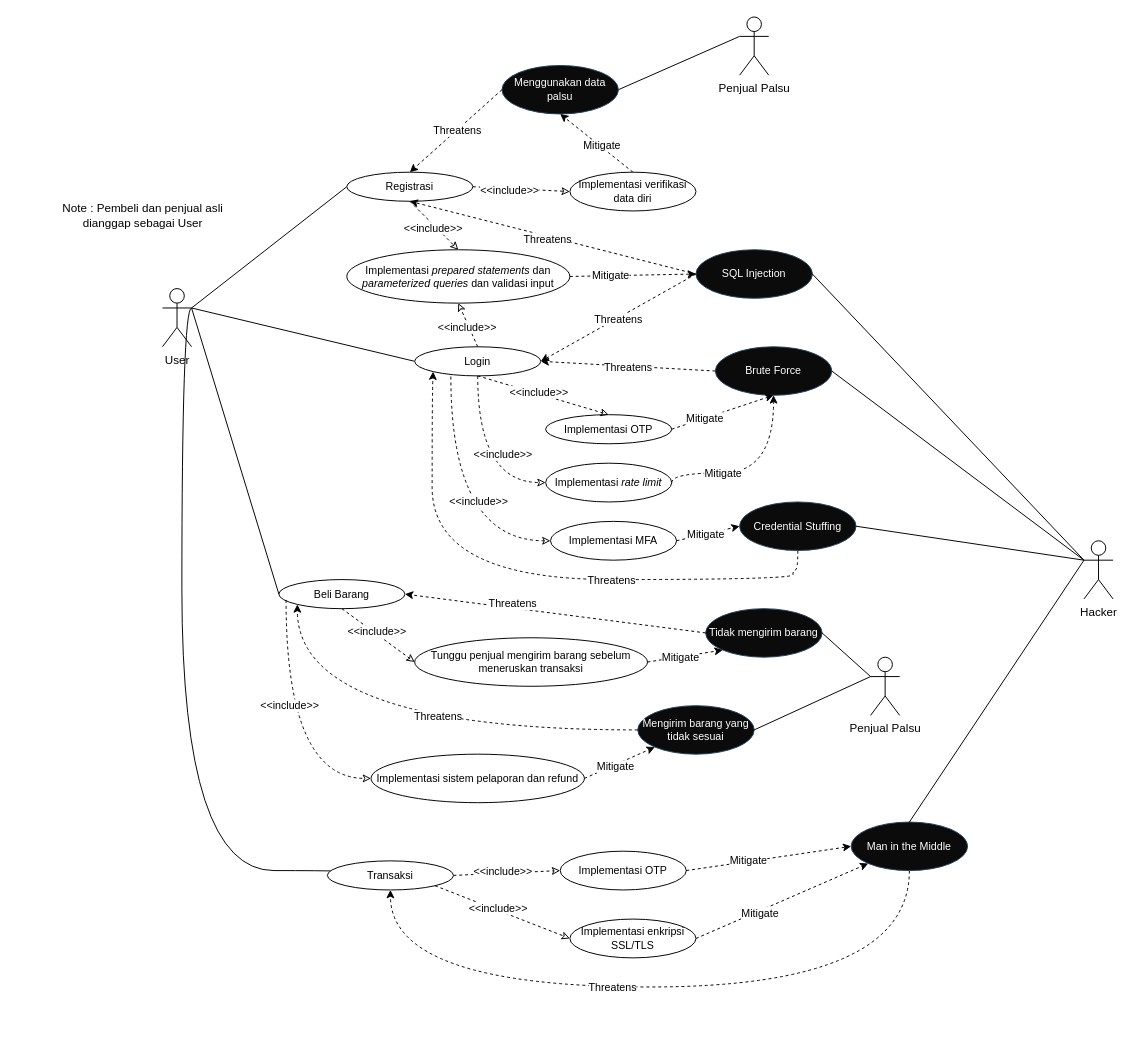
Earlier version of the draw.io diagram Use-Case_PKPL.drawio (MHibriziF/SIPA). Source tidied: cells renumbered, new cells numbered last; positions are measured from the earlier drawing's top-left corner, leaving out a move shared by most shapes. Both pictures are drawn from the tidied source at 97%, with x=0, y=0 at pixel (46, 16).
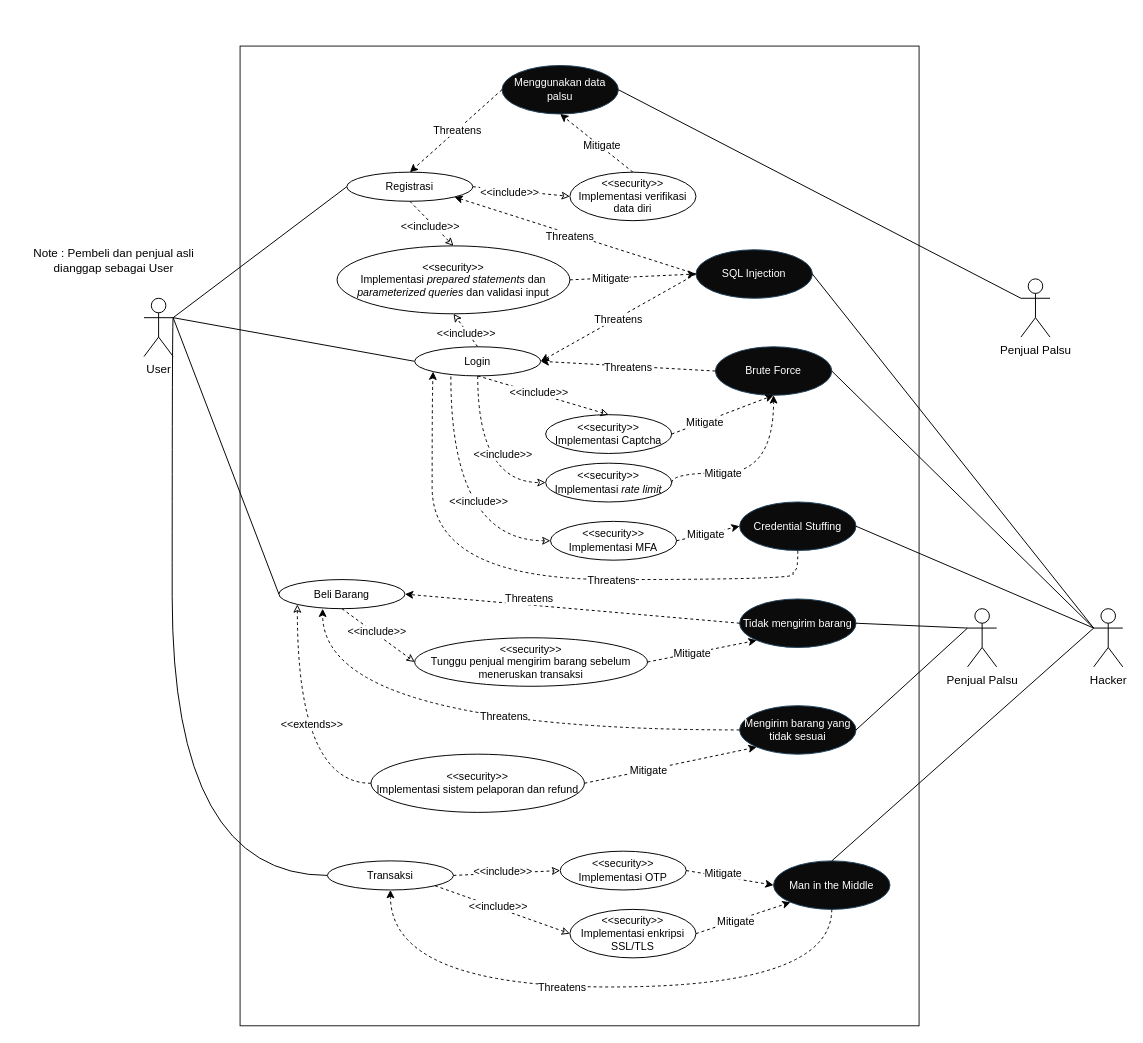
The same page after the edit.

Unchanged cells that the change refers to:
```xml
<mxCell id="14" value="Registrasi" style="ellipse;whiteSpace=wrap;html=1;fontSize=11;" parent="1" vertex="1">
  <mxGeometry x="310" y="160" width="130" height="30" as="geometry" />
</mxCell>
<mxCell id="19" value="Beli Barang" style="ellipse;whiteSpace=wrap;html=1;fontSize=11;" parent="1" vertex="1">
  <mxGeometry x="240" y="580" width="130" height="30" as="geometry" />
</mxCell>
<mxCell id="20" value="Transaksi" style="ellipse;whiteSpace=wrap;html=1;fontSize=11;" parent="1" vertex="1">
  <mxGeometry x="290" y="870" width="130" height="30" as="geometry" />
</mxCell>
<mxCell id="31" value="SQL Injection" style="ellipse;whiteSpace=wrap;html=1;fillColor=light-dark(#0b0b0b, #39454e);strokeColor=#23445d;fontColor=#FFFFFF;fontSize=11;" parent="1" vertex="1">
  <mxGeometry x="670" y="240" width="120" height="50" as="geometry" />
</mxCell>
```

Diff of the diagram source:
```diff
@@
+    <mxCell id="93" style="rounded=0;whiteSpace=wrap;html=1;opacity=90;shadow=0;glass=0;fillStyle=hatch;" parent="1" vertex="1">
+      <mxGeometry x="200" y="30" width="700" height="1010" as="geometry" />
+    </mxCell>
@@
     <mxCell id="5" style="rounded=0;jettySize=auto;html=1;exitX=1;exitY=0.3333333333333333;exitDx=0;exitDy=0;exitPerimeter=0;entryX=0;entryY=0.5;entryDx=0;entryDy=0;endArrow=none;startFill=0;edgeStyle=orthogonalEdgeStyle;curved=1;" parent="1" edge="1" source="6" target="20">
       <mxGeometry relative="1" as="geometry">
         <Array as="points">
-          <mxPoint x="140" y="300" />
-          <mxPoint x="140" y="880" />
-          <mxPoint x="330" y="880" />
-          <mxPoint x="330" y="885" />
+          <mxPoint x="130" y="885" />
         </Array>
       </mxGeometry>
     </mxCell>
     <mxCell id="6" value="User" style="shape=umlActor;html=1;verticalLabelPosition=bottom;verticalAlign=top;align=center;" parent="1" vertex="1">
-      <mxGeometry x="120" y="280" width="30" height="60" as="geometry" />
+      <mxGeometry x="101" y="290" width="30" height="60" as="geometry" />
     </mxCell>
     <mxCell id="7" value="Hacker" style="shape=umlActor;html=1;verticalLabelPosition=bottom;verticalAlign=top;align=center;" parent="1" vertex="1">
-      <mxGeometry x="1070" y="540" width="30" height="60" as="geometry" />
+      <mxGeometry x="1080" y="610" width="30" height="60" as="geometry" />
     </mxCell>
@@
     <mxCell id="9" value="Penjual Palsu" style="shape=umlActor;html=1;verticalLabelPosition=bottom;verticalAlign=top;align=center;" parent="1" vertex="1">
-      <mxGeometry x="715" width="30" height="60" as="geometry" />
+      <mxGeometry x="1005" y="270" width="30" height="60" as="geometry" />
     </mxCell>
@@
     <mxCell id="15" value="Note : Pembeli dan penjual asli dianggap sebagai User " style="text;html=1;align=center;verticalAlign=middle;whiteSpace=wrap;rounded=0;" parent="1" vertex="1">
-      <mxGeometry y="190" width="200" height="30" as="geometry" />
+      <mxGeometry x="-30" y="236" width="200" height="30" as="geometry" />
     </mxCell>
@@
-    <mxCell id="26" value="Implementasi verifikasi data diri" style="ellipse;whiteSpace=wrap;html=1;fontSize=11;" parent="1" vertex="1">
-      <mxGeometry x="540" y="160" width="130" height="40" as="geometry" />
+    <mxCell id="26" value="&lt;div&gt;&amp;lt;&amp;lt;security&amp;gt;&amp;gt;&lt;/div&gt;Implementasi verifikasi data diri" style="ellipse;whiteSpace=wrap;html=1;fontSize=11;" parent="1" vertex="1">
+      <mxGeometry x="540" y="160" width="130" height="50" as="geometry" />
     </mxCell>
-    <mxCell id="27" style="edgeStyle=none;rounded=0;jettySize=auto;html=1;exitX=0;exitY=0.5;exitDx=0;exitDy=0;entryX=0.5;entryY=1;entryDx=0;entryDy=0;dashed=1;" parent="1" edge="1" source="31" target="14">
+    <mxCell id="27" style="edgeStyle=none;rounded=0;jettySize=auto;html=1;exitX=0;exitY=0.5;exitDx=0;exitDy=0;entryX=1;entryY=1;entryDx=0;entryDy=0;dashed=1;" parent="1" edge="1" source="31" target="14">
       <mxGeometry relative="1" as="geometry" />
     </mxCell>
@@
-    <mxCell id="34" value="Implementasi &lt;i&gt;prepared statements &lt;/i&gt;dan &lt;i&gt;parameterized queries&lt;/i&gt; dan validasi input" style="ellipse;whiteSpace=wrap;html=1;fontSize=11;" parent="1" vertex="1">
-      <mxGeometry x="310" y="240" width="230" height="55" as="geometry" />
+    <mxCell id="34" value="&lt;div&gt;&amp;lt;&amp;lt;security&amp;gt;&amp;gt;&lt;/div&gt;Implementasi &lt;i&gt;prepared statements &lt;/i&gt;dan &lt;i&gt;parameterized queries&lt;/i&gt; dan validasi input" style="ellipse;whiteSpace=wrap;html=1;fontSize=11;" parent="1" vertex="1">
+      <mxGeometry x="300" y="236" width="240" height="70" as="geometry" />
     </mxCell>
@@
-    <mxCell id="45" value="Implementasi &lt;i&gt;rate limit&lt;/i&gt;" style="ellipse;whiteSpace=wrap;html=1;fontSize=11;" parent="1" vertex="1">
+    <mxCell id="45" value="&lt;div&gt;&amp;lt;&amp;lt;security&amp;gt;&amp;gt;&lt;/div&gt;Implementasi &lt;i&gt;rate limit&lt;/i&gt;" style="ellipse;whiteSpace=wrap;html=1;fontSize=11;" parent="1" vertex="1">
       <mxGeometry x="515" y="460" width="130" height="40" as="geometry" />
     </mxCell>
-    <mxCell id="46" value="Implementasi OTP" style="ellipse;whiteSpace=wrap;html=1;fontSize=11;" parent="1" vertex="1">
-      <mxGeometry x="515" y="410" width="130" height="30" as="geometry" />
+    <mxCell id="46" value="&lt;div&gt;&amp;lt;&amp;lt;security&amp;gt;&amp;gt;&lt;/div&gt;Implementasi Captcha" style="ellipse;whiteSpace=wrap;html=1;fontSize=11;" parent="1" vertex="1">
+      <mxGeometry x="515" y="410" width="130" height="40" as="geometry" />
     </mxCell>
@@
-    <mxCell id="55" value="Implementasi&amp;nbsp;MFA" style="ellipse;whiteSpace=wrap;html=1;fontSize=11;" parent="1" vertex="1">
+    <mxCell id="55" value="&lt;div&gt;&amp;lt;&amp;lt;security&amp;gt;&amp;gt;&lt;/div&gt;Implementasi&amp;nbsp;MFA" style="ellipse;whiteSpace=wrap;html=1;fontSize=11;" parent="1" vertex="1">
       <mxGeometry x="520" y="520" width="130" height="40" as="geometry" />
     </mxCell>
@@
-    <mxCell id="60" value="Tunggu penjual mengirim barang sebelum meneruskan transaksi" style="ellipse;whiteSpace=wrap;html=1;fontSize=11;" parent="1" vertex="1">
+    <mxCell id="60" value="&lt;div&gt;&amp;lt;&amp;lt;security&amp;gt;&amp;gt;&lt;/div&gt;Tunggu penjual mengirim barang sebelum meneruskan transaksi" style="ellipse;whiteSpace=wrap;html=1;fontSize=11;" parent="1" vertex="1">
       <mxGeometry x="380" y="640" width="240" height="50" as="geometry" />
     </mxCell>
@@
     <mxCell id="63" value="Penjual Palsu" style="shape=umlActor;html=1;verticalLabelPosition=bottom;verticalAlign=top;align=center;" parent="1" vertex="1">
-      <mxGeometry x="850" y="660" width="30" height="60" as="geometry" />
+      <mxGeometry x="950" y="610" width="30" height="60" as="geometry" />
     </mxCell>
     <mxCell id="64" value="Tidak mengirim barang" style="ellipse;whiteSpace=wrap;html=1;fillColor=light-dark(#0b0b0b, #39454e);strokeColor=#23445d;fontColor=#FFFFFF;fontSize=11;" parent="1" vertex="1">
-      <mxGeometry x="680" y="610" width="120" height="50" as="geometry" />
+      <mxGeometry x="715" y="600" width="120" height="50" as="geometry" />
     </mxCell>
@@
-    <mxCell id="68" value="Implementasi sistem pelaporan dan refund" style="ellipse;whiteSpace=wrap;html=1;fontSize=11;" parent="1" vertex="1">
-      <mxGeometry x="335" y="760" width="220" height="50" as="geometry" />
+    <mxCell id="68" value="&lt;div&gt;&amp;lt;&amp;lt;security&amp;gt;&amp;gt;&lt;/div&gt;Implementasi sistem pelaporan dan refund" style="ellipse;whiteSpace=wrap;html=1;fontSize=11;" parent="1" vertex="1">
+      <mxGeometry x="335" y="760" width="220" height="60" as="geometry" />
     </mxCell>
@@
-    <mxCell id="71" style="edgeStyle=orthogonalEdgeStyle;rounded=0;jettySize=auto;html=1;exitX=0.057;exitY=0.7;exitDx=0;exitDy=0;entryX=0;entryY=0.5;entryDx=0;entryDy=0;endArrow=classic;endFill=0;dashed=1;curved=1;exitPerimeter=0;" parent="1" edge="1" source="19" target="68">
+    <mxCell id="71" style="edgeStyle=orthogonalEdgeStyle;rounded=0;jettySize=auto;html=1;exitX=0;exitY=0.5;exitDx=0;exitDy=0;endArrow=classic;endFill=0;dashed=1;curved=1;entryX=0;entryY=1;entryDx=0;entryDy=0;" parent="1" edge="1" source="68" target="19">
       <mxGeometry relative="1" as="geometry" />
     </mxCell>
-    <mxCell id="72" value="&amp;lt;&amp;lt;include&amp;gt;&amp;gt;" style="edgeLabel;html=1;align=center;verticalAlign=middle;" parent="71" vertex="1">
+    <mxCell id="72" value="&amp;lt;&amp;lt;extends&amp;gt;&amp;gt;" style="edgeLabel;html=1;align=center;verticalAlign=middle;" parent="71" vertex="1">
       <mxGeometry x="-0.08" y="2" relative="1" as="geometry">
-        <mxPoint x="1" y="-17" as="offset" />
+        <mxPoint x="16" y="-17" as="offset" />
       </mxGeometry>
     </mxCell>
     <mxCell id="73" value="Mengirim barang yang tidak sesuai" style="ellipse;whiteSpace=wrap;html=1;fillColor=light-dark(#0b0b0b, #39454e);strokeColor=#23445d;fontColor=#FFFFFF;fontSize=11;" parent="1" vertex="1">
-      <mxGeometry x="610" y="710" width="120" height="50" as="geometry" />
+      <mxGeometry x="715" y="710" width="120" height="50" as="geometry" />
     </mxCell>
-    <mxCell id="74" style="edgeStyle=orthogonalEdgeStyle;rounded=0;jettySize=auto;html=1;exitX=0;exitY=0.5;exitDx=0;exitDy=0;dashed=1;curved=1;entryX=0;entryY=1;entryDx=0;entryDy=0;" parent="1" edge="1" source="73" target="19">
+    <mxCell id="74" style="edgeStyle=orthogonalEdgeStyle;rounded=0;jettySize=auto;html=1;exitX=0;exitY=0.5;exitDx=0;exitDy=0;dashed=1;curved=1;entryX=0.347;entryY=1.001;entryDx=0;entryDy=0;entryPerimeter=0;" parent="1" edge="1" source="73" target="19">
       <mxGeometry relative="1" as="geometry" />
     </mxCell>
@@
     <mxCell id="79" style="edgeStyle=orthogonalEdgeStyle;rounded=0;jettySize=auto;html=1;exitX=0.5;exitY=1;exitDx=0;exitDy=0;entryX=0.5;entryY=1;entryDx=0;entryDy=0;curved=1;dashed=1;" parent="1" edge="1" source="81" target="20">
       <mxGeometry relative="1" as="geometry">
         <Array as="points">
-          <mxPoint x="890" y="1000" />
+          <mxPoint x="810" y="1000" />
           <mxPoint x="355" y="1000" />
         </Array>
       </mxGeometry>
     </mxCell>
@@
     <mxCell id="81" value="Man in the Middle" style="ellipse;whiteSpace=wrap;html=1;fillColor=light-dark(#0b0b0b, #39454e);strokeColor=#23445d;fontColor=#FFFFFF;fontSize=11;" parent="1" vertex="1">
-      <mxGeometry x="830" y="830" width="120" height="50" as="geometry" />
+      <mxGeometry x="750" y="870" width="120" height="50" as="geometry" />
     </mxCell>
@@
-    <mxCell id="83" value="Implementasi OTP" style="ellipse;whiteSpace=wrap;html=1;fontSize=11;" parent="1" vertex="1">
+    <mxCell id="83" value="&lt;div&gt;&amp;lt;&amp;lt;security&amp;gt;&amp;gt;&lt;/div&gt;Implementasi OTP" style="ellipse;whiteSpace=wrap;html=1;fontSize=11;" parent="1" vertex="1">
       <mxGeometry x="530" y="860" width="130" height="40" as="geometry" />
     </mxCell>
-    <mxCell id="84" value="Implementasi&amp;nbsp;enkripsi SSL/TLS " style="ellipse;whiteSpace=wrap;html=1;fontSize=11;" parent="1" vertex="1">
-      <mxGeometry x="540" y="930" width="130" height="40" as="geometry" />
+    <mxCell id="84" value="&lt;div&gt;&amp;lt;&amp;lt;security&amp;gt;&amp;gt;&lt;/div&gt;Implementasi&amp;nbsp;enkripsi SSL/TLS " style="ellipse;whiteSpace=wrap;html=1;fontSize=11;" parent="1" vertex="1">
+      <mxGeometry x="540" y="920" width="130" height="50" as="geometry" />
     </mxCell>
```
